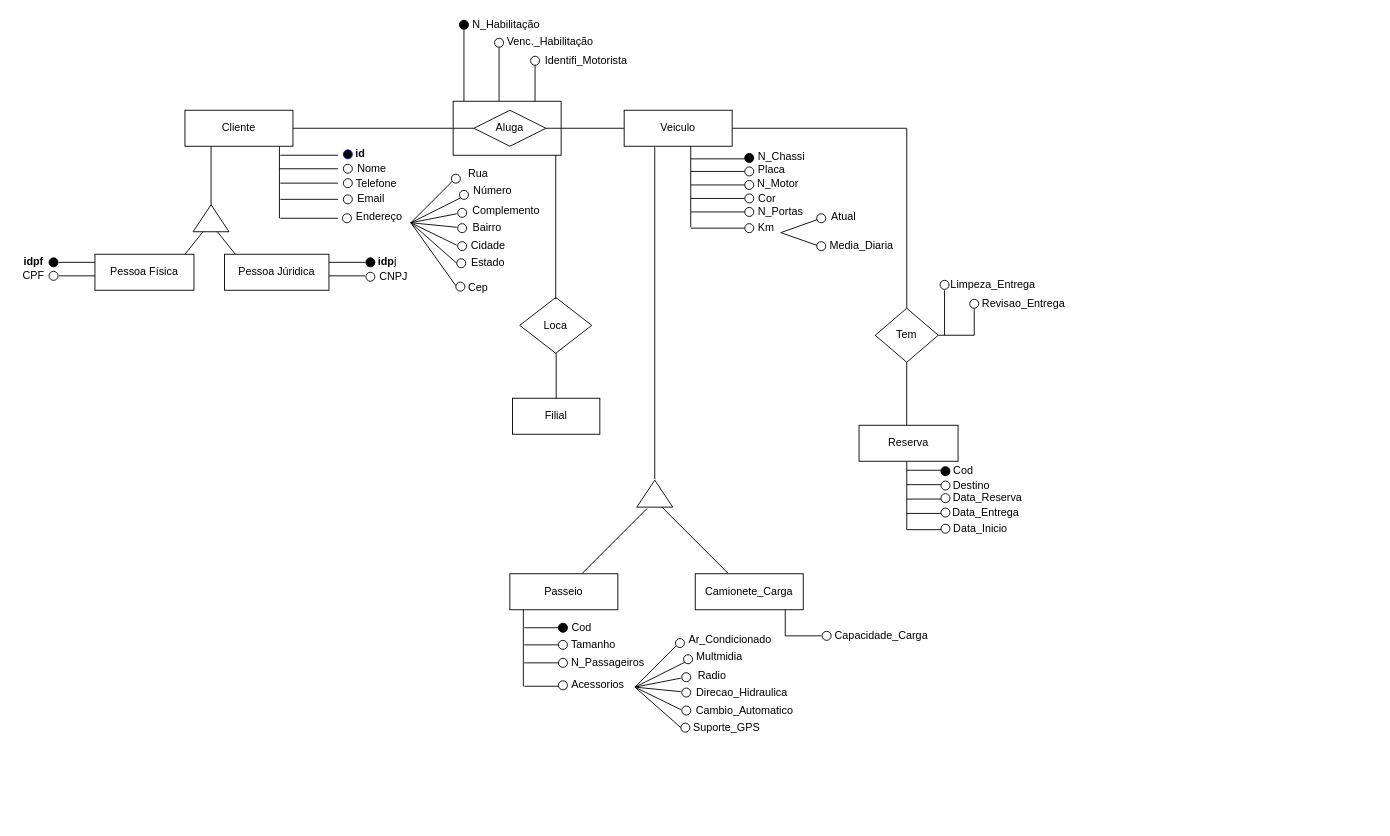
Earlier version of the draw.io diagram Untitled Diagram.drawio (carlosti1099/Universidade). Source tidied: cells renumbered, new cells numbered last; positions are measured from the earlier drawing's top-left corner, leaving out a move shared by most shapes. Both pictures are drawn from the tidied source at 90%, with x=0, y=0 at pixel (15, 15).
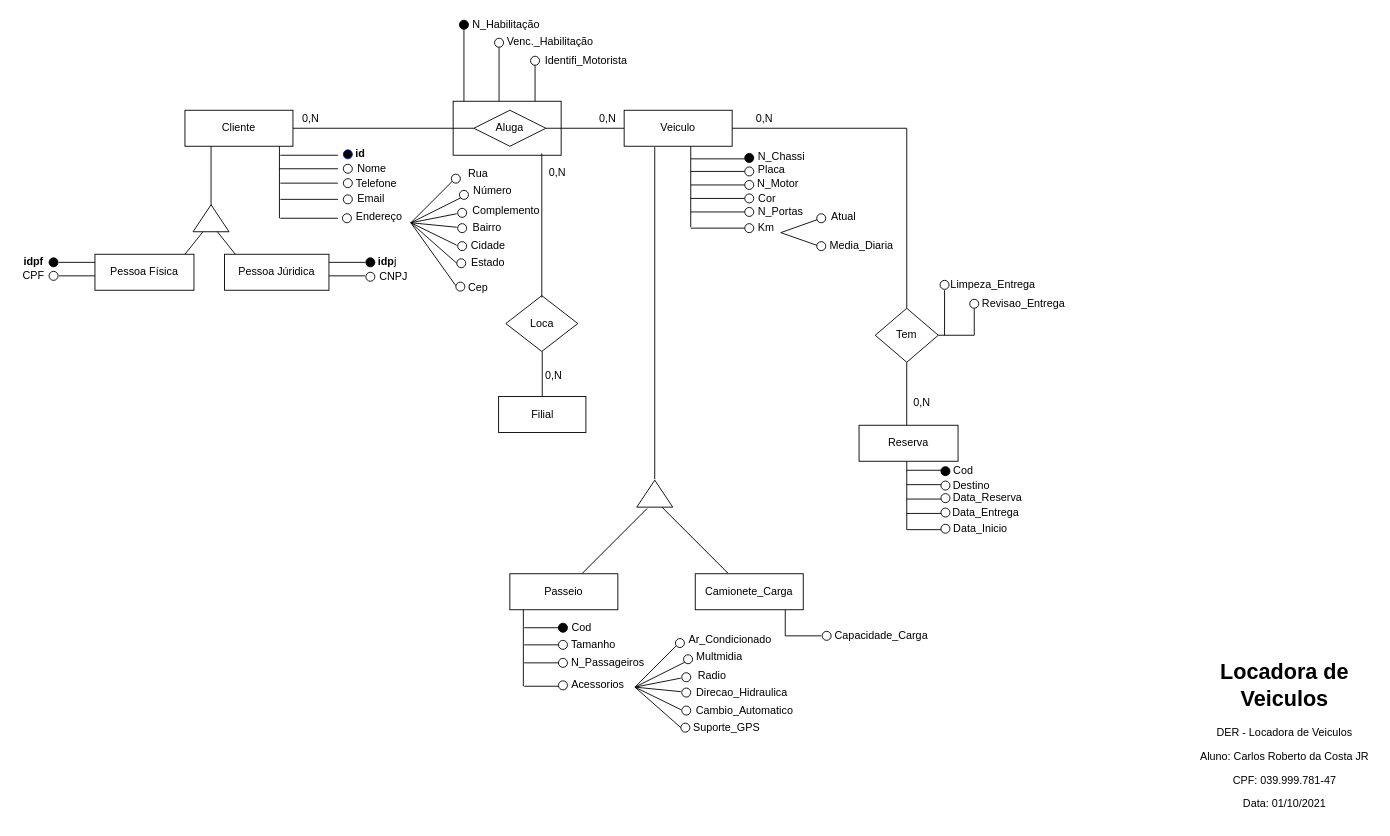
After the change.

The edit, as a diff of the source:
```diff
@@
     <mxCell id="73" value="Loca" style="rhombus;whiteSpace=wrap;html=1;fontColor=#000000;strokeColor=#000000;fillColor=#FFFFFF;align=center;" parent="1" vertex="1">
-      <mxGeometry x="560" y="313" width="80" height="62" as="geometry" />
+      <mxGeometry x="544.5" y="311" width="80" height="62" as="geometry" />
     </mxCell>
     <mxCell id="74" value="Filial" style="rounded=0;whiteSpace=wrap;html=1;fontColor=#000000;strokeColor=#000000;fillColor=#FFFFFF;align=center;" parent="1" vertex="1">
-      <mxGeometry x="552" y="425" width="97" height="40" as="geometry" />
+      <mxGeometry x="536.5" y="423" width="97" height="40" as="geometry" />
     </mxCell>
     <mxCell id="75" style="endArrow=none;html=1;fontColor=#000000;" parent="1" edge="1">
       <mxGeometry relative="1" as="geometry">
-        <mxPoint x="600.5" y="425" as="sourcePoint" />
-        <mxPoint x="600.5" y="375" as="targetPoint" />
+        <mxPoint x="585" y="423" as="sourcePoint" />
+        <mxPoint x="585" y="373" as="targetPoint" />
       </mxGeometry>
     </mxCell>
     <mxCell id="76" style="endArrow=none;html=1;fontColor=#000000;" parent="1" edge="1">
       <mxGeometry relative="1" as="geometry">
-        <mxPoint x="600" y="315" as="sourcePoint" />
-        <mxPoint x="600" y="155" as="targetPoint" />
+        <mxPoint x="584.5" y="313" as="sourcePoint" />
+        <mxPoint x="584.5" y="153" as="targetPoint" />
       </mxGeometry>
     </mxCell>
@@
+    <mxCell id="173" value="0,N" style="text;html=1;strokeColor=none;fillColor=none;align=center;verticalAlign=middle;whiteSpace=wrap;rounded=0;labelBackgroundColor=default;sketch=0;fontColor=default;" parent="1" vertex="1">
+      <mxGeometry x="298" y="99" width="60" height="30" as="geometry" />
+    </mxCell>
+    <mxCell id="174" value="0,N" style="text;html=1;strokeColor=none;fillColor=none;align=center;verticalAlign=middle;whiteSpace=wrap;rounded=0;labelBackgroundColor=default;sketch=0;fontColor=default;" parent="1" vertex="1">
+      <mxGeometry x="628" y="100" width="60" height="30" as="geometry" />
+    </mxCell>
+    <mxCell id="175" value="0,N" style="text;html=1;strokeColor=none;fillColor=none;align=center;verticalAlign=middle;whiteSpace=wrap;rounded=0;labelBackgroundColor=default;sketch=0;fontColor=default;" parent="1" vertex="1">
+      <mxGeometry x="572" y="160" width="60" height="30" as="geometry" />
+    </mxCell>
+    <mxCell id="176" value="0,N" style="text;html=1;strokeColor=none;fillColor=none;align=center;verticalAlign=middle;whiteSpace=wrap;rounded=0;labelBackgroundColor=default;sketch=0;fontColor=default;" parent="1" vertex="1">
+      <mxGeometry x="568" y="385" width="60" height="30" as="geometry" />
+    </mxCell>
+    <mxCell id="177" value="0,N" style="text;html=1;strokeColor=none;fillColor=none;align=center;verticalAlign=middle;whiteSpace=wrap;rounded=0;labelBackgroundColor=default;sketch=0;fontColor=default;" parent="1" vertex="1">
+      <mxGeometry x="802" y="99" width="60" height="30" as="geometry" />
+    </mxCell>
+    <mxCell id="178" value="0,N" style="text;html=1;strokeColor=none;fillColor=none;align=center;verticalAlign=middle;whiteSpace=wrap;rounded=0;labelBackgroundColor=default;sketch=0;fontColor=default;" parent="1" vertex="1">
+      <mxGeometry x="977" y="415" width="60" height="30" as="geometry" />
+    </mxCell>
+    <mxCell id="179" value="&lt;h1&gt;Locadora de Veiculos&lt;/h1&gt;&lt;p&gt;DER - Locadora de Veiculos&lt;/p&gt;&lt;p&gt;Aluno: Carlos Roberto da Costa JR&lt;/p&gt;&lt;p&gt;CPF: 039.999.781-47&lt;/p&gt;&lt;p&gt;Data: 01/10/2021&lt;/p&gt;" style="text;html=1;strokeColor=none;fillColor=none;spacing=5;spacingTop=-20;whiteSpace=wrap;overflow=hidden;rounded=0;labelBackgroundColor=default;sketch=0;fontColor=default;align=center;verticalAlign=middle;" parent="1" vertex="1">
+      <mxGeometry x="1310" y="714" width="200" height="181" as="geometry" />
+    </mxCell>
```
